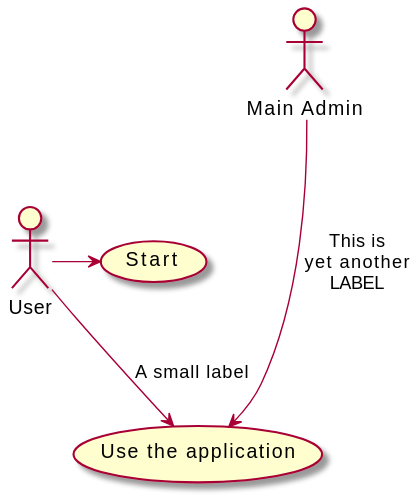
Earlier version of the PlantUML export meilenstein_05/.template/usecase-{modul}/usecase-{modul}.svg (weichware10/meilensteine).
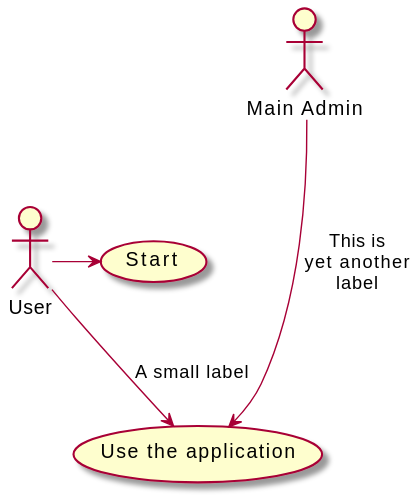
The same diagram one commit later.

Commit message:
rendered SVGs

Change to the diagram source:
```diff
@@ -2,5 +2,5 @@
 User -> (Start)
 User --> (Use the application) : A small label
 
-:Main Admin: ---> (Use the application) : This is\nyet another\nLABEL
+:Main Admin: ---> (Use the application) : This is\nyet another\nlabel
 @enduml
```
